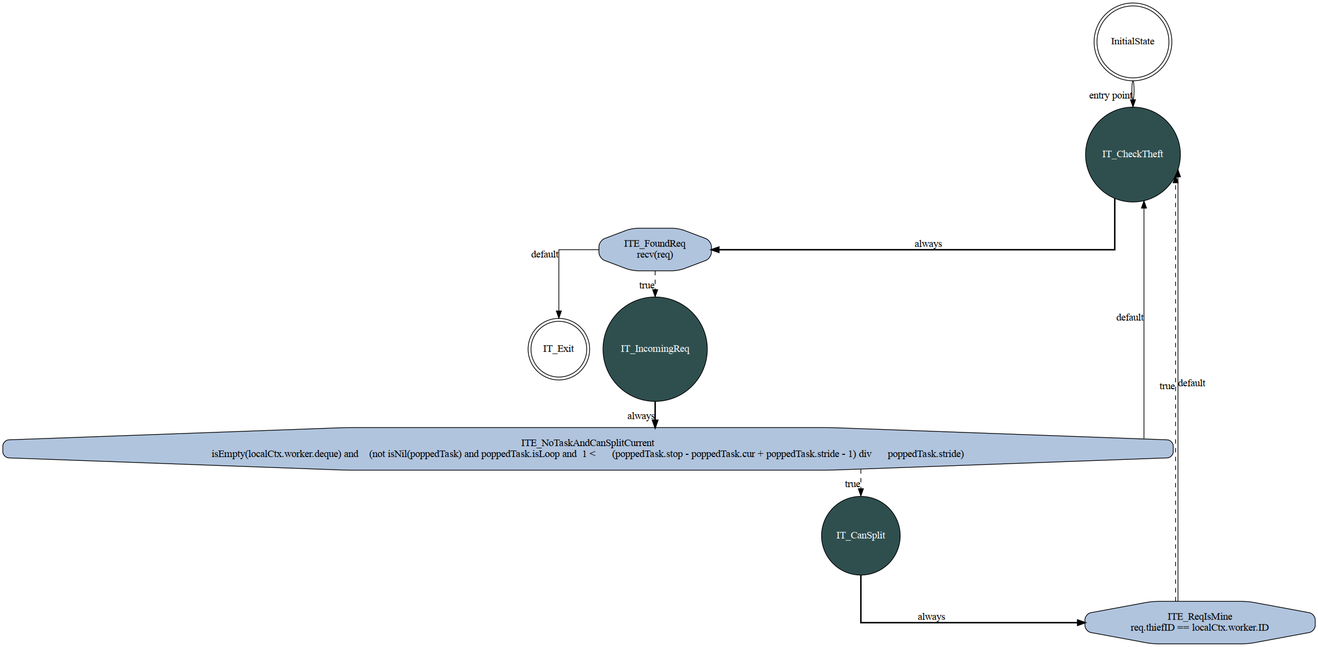
mratsim/weave keeps this Graphviz diagram as weave/state_machines/handle_thieves.png. Above is the earlier version. Its source is kept beside it as weave/state_machines/handle_thieves.dot.
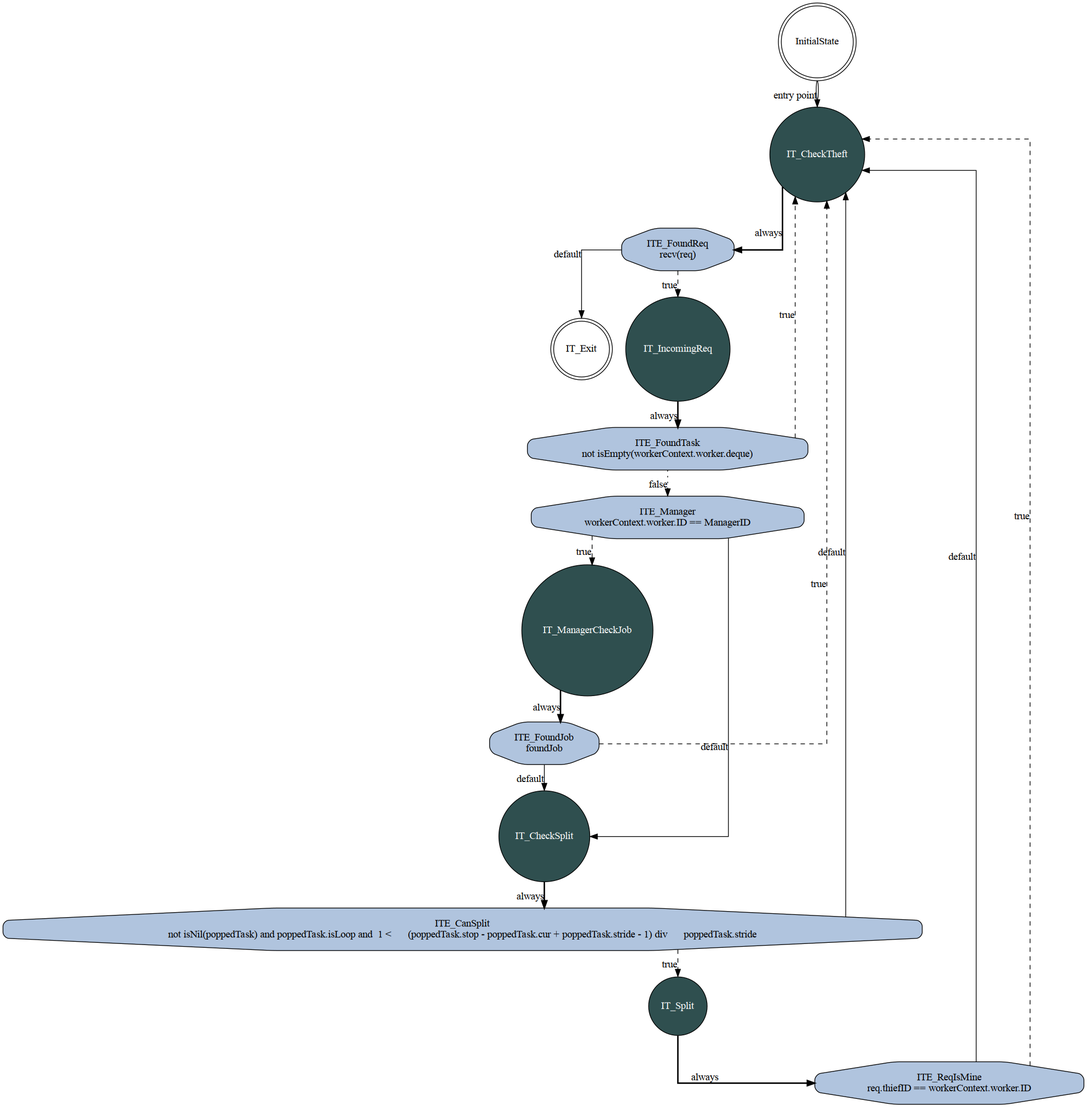
Later version of the same file.

Change to the diagram source:
```diff
@@ -1,19 +1,30 @@
 digraph handleThievesFSA{
     splines=ortho;
     node [shape = doublecircle]; InitialState IT_Exit;
-    node [shape = circle, fontcolor=white, fillcolor=darkslategrey, style="filled"]; IT_CanSplit IT_CheckTheft IT_IncomingReq;
+    node [shape = circle, fontcolor=white, fillcolor=darkslategrey, style="filled"]; IT_ManagerCheckJob IT_CheckTheft IT_Split IT_IncomingReq IT_CheckSplit;
     InitialState -> IT_CheckTheft [color="black:invis:black", xlabel="entry point"];
-    node [shape = octagon, fontcolor=black, fillcolor=lightsteelblue, style="rounded,filled"]; IT_CanSplit_ITE_ReqIsMine IT_CheckTheft_ITE_FoundReq IT_IncomingReq_ITE_NoTaskAndCanSplitCurrent ;
-    IT_CanSplit_ITE_ReqIsMine [label="ITE_ReqIsMine\nreq.thiefID == localCtx.worker.ID"];
+    node [shape = octagon, fontcolor=black, fillcolor=lightsteelblue, style="rounded,filled"]; IT_ManagerCheckJob_ITE_FoundJob IT_CheckTheft_ITE_FoundReq IT_Split_ITE_ReqIsMine IT_IncomingReq_ITE_FoundTask IT_IncomingReq_ITE_Manager IT_CheckSplit_ITE_CanSplit ;
+    IT_ManagerCheckJob_ITE_FoundJob [label="ITE_FoundJob\nfoundJob"];
     IT_CheckTheft_ITE_FoundReq [label="ITE_FoundReq\nrecv(req)"];
-    IT_IncomingReq_ITE_NoTaskAndCanSplitCurrent [label="ITE_NoTaskAndCanSplitCurrent\nisEmpty(localCtx.worker.deque) and    (not isNil(poppedTask) and poppedTask.isLoop and  1 <      (poppedTask.stop - poppedTask.cur + poppedTask.stride - 1) div      poppedTask.stride)"];
-    IT_CanSplit -> IT_CanSplit_ITE_ReqIsMine[style=bold, xlabel="always"];
-    IT_CanSplit_ITE_ReqIsMine -> IT_CheckTheft [style=dashed, xlabel="true"];
-    IT_CanSplit_ITE_ReqIsMine -> IT_CheckTheft [xlabel="default"];
+    IT_Split_ITE_ReqIsMine [label="ITE_ReqIsMine\nreq.thiefID == workerContext.worker.ID"];
+    IT_IncomingReq_ITE_FoundTask [label="ITE_FoundTask\nnot isEmpty(workerContext.worker.deque)"];
+    IT_IncomingReq_ITE_Manager [label="ITE_Manager\nworkerContext.worker.ID == ManagerID"];
+    IT_CheckSplit_ITE_CanSplit [label="ITE_CanSplit\nnot isNil(poppedTask) and poppedTask.isLoop and  1 <      (poppedTask.stop - poppedTask.cur + poppedTask.stride - 1) div      poppedTask.stride"];
+    IT_ManagerCheckJob -> IT_ManagerCheckJob_ITE_FoundJob[style=bold, xlabel="always"];
+    IT_ManagerCheckJob_ITE_FoundJob -> IT_CheckTheft [style=dashed, xlabel="true"];
+    IT_ManagerCheckJob_ITE_FoundJob -> IT_CheckSplit [xlabel="default"];
     IT_CheckTheft -> IT_CheckTheft_ITE_FoundReq[style=bold, xlabel="always"];
     IT_CheckTheft_ITE_FoundReq -> IT_IncomingReq [style=dashed, xlabel="true"];
     IT_CheckTheft_ITE_FoundReq -> IT_Exit [xlabel="default"];
-    IT_IncomingReq -> IT_IncomingReq_ITE_NoTaskAndCanSplitCurrent[style=bold, xlabel="always"];
-    IT_IncomingReq_ITE_NoTaskAndCanSplitCurrent -> IT_CanSplit [style=dashed, xlabel="true"];
-    IT_IncomingReq_ITE_NoTaskAndCanSplitCurrent -> IT_CheckTheft [xlabel="default"];
+    IT_Split -> IT_Split_ITE_ReqIsMine[style=bold, xlabel="always"];
+    IT_Split_ITE_ReqIsMine -> IT_CheckTheft [style=dashed, xlabel="true"];
+    IT_Split_ITE_ReqIsMine -> IT_CheckTheft [xlabel="default"];
+    IT_IncomingReq -> IT_IncomingReq_ITE_FoundTask[style=bold, xlabel="always"];
+    IT_IncomingReq_ITE_FoundTask -> IT_CheckTheft [style=dashed, xlabel="true"];
+    IT_IncomingReq_ITE_FoundTask -> IT_IncomingReq_ITE_Manager[style=dotted, xlabel="false"];
+    IT_IncomingReq_ITE_Manager -> IT_ManagerCheckJob [style=dashed, xlabel="true"];
+    IT_IncomingReq_ITE_Manager -> IT_CheckSplit [xlabel="default"];
+    IT_CheckSplit -> IT_CheckSplit_ITE_CanSplit[style=bold, xlabel="always"];
+    IT_CheckSplit_ITE_CanSplit -> IT_Split [style=dashed, xlabel="true"];
+    IT_CheckSplit_ITE_CanSplit -> IT_CheckTheft [xlabel="default"];
 }
```
